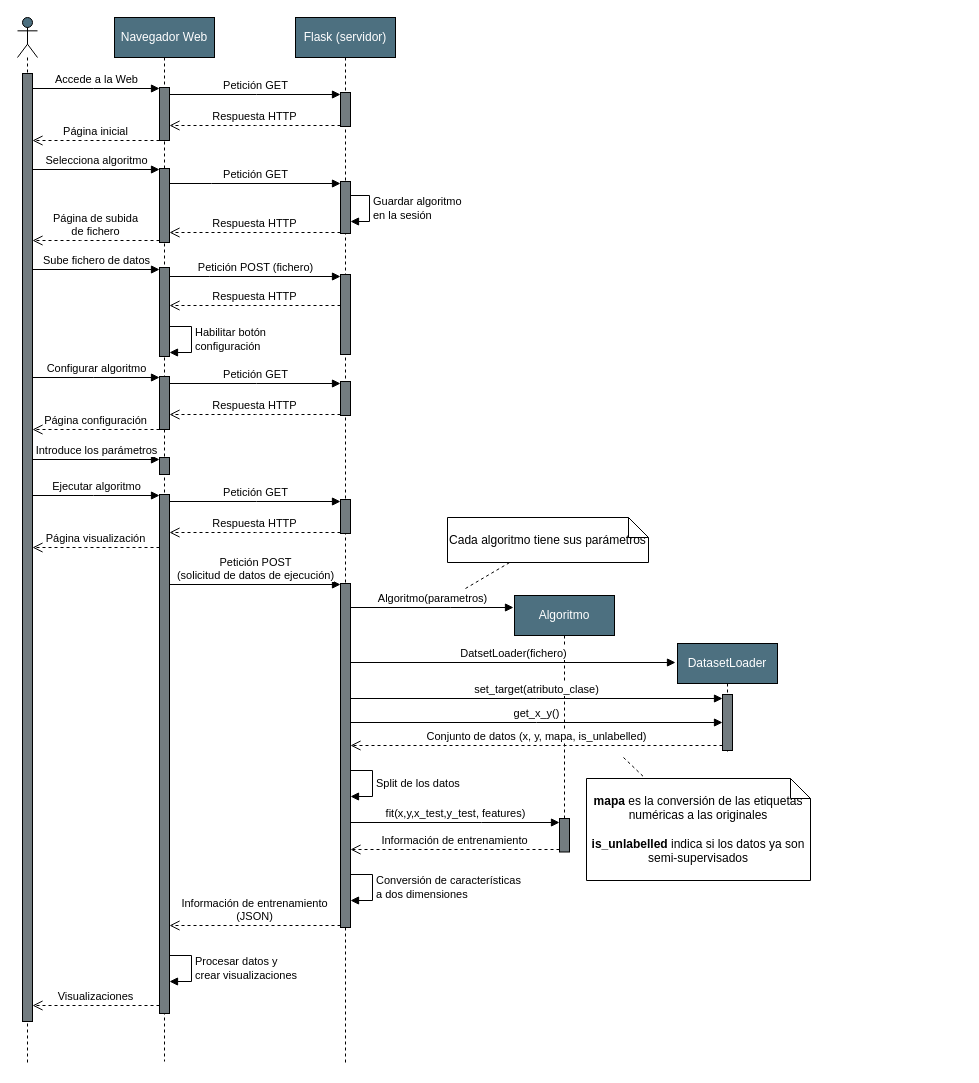
The draw.io diagram doc/img/anexos/diseño/ProcedimientoWeb.drawio in dmacha27/TFG-SemiSupervisado, before the edit. Source tidied: cells renumbered, new cells numbered last; positions are measured from the earlier drawing's top-left corner, leaving out a move shared by most shapes. Both pictures are drawn from the tidied source at 100%, with x=0, y=0 at pixel (17, 17).
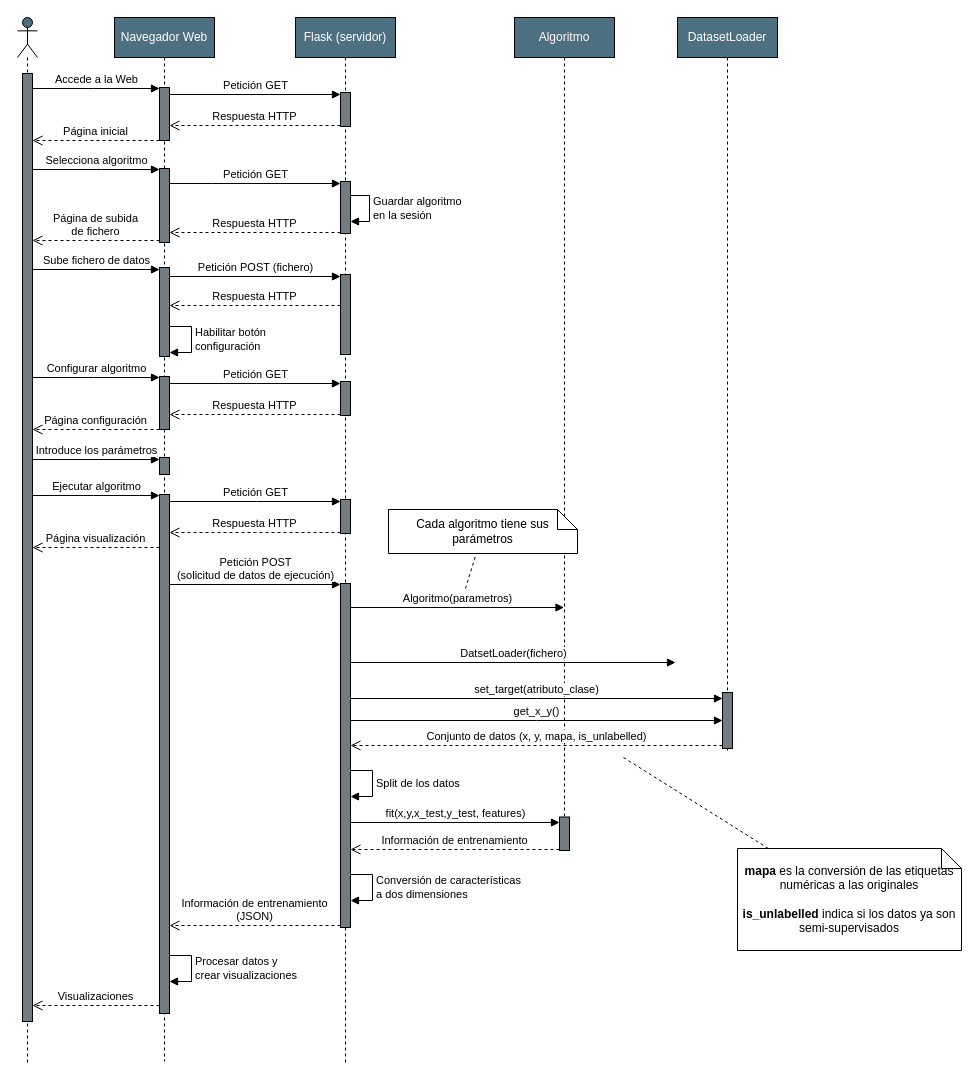
The same diagram, later.

The change refers to these unchanged cells:
```xml
<mxCell id="28" style="html=1;points=[];perimeter=orthogonalPerimeter;outlineConnect=0;targetShapes=umlLifeline;portConstraint=eastwest;newEdgeStyle={&quot;edgeStyle&quot;:&quot;elbowEdgeStyle&quot;,&quot;elbow&quot;:&quot;vertical&quot;,&quot;curved&quot;:0,&quot;rounded&quot;:0};fillColor=#737C80;" parent="9" vertex="1">
  <mxGeometry x="45" y="566" width="10" height="344" as="geometry" />
</mxCell>
```

Change to the diagram source:
```diff
@@
     <mxCell id="34" value="&lt;div&gt;Algoritmo&lt;/div&gt;" style="shape=umlLifeline;perimeter=lifelinePerimeter;whiteSpace=wrap;html=1;outlineConnect=0;fillColor=#4D7080;fontColor=#FFFFFF;" parent="1" vertex="1">
-      <mxGeometry x="497" y="578" width="100" height="256" as="geometry" />
+      <mxGeometry x="497" width="100" height="833" as="geometry" />
     </mxCell>
     <mxCell id="35" style="html=1;points=[];perimeter=orthogonalPerimeter;outlineConnect=0;targetShapes=umlLifeline;portConstraint=eastwest;newEdgeStyle={&quot;edgeStyle&quot;:&quot;elbowEdgeStyle&quot;,&quot;elbow&quot;:&quot;vertical&quot;,&quot;curved&quot;:0,&quot;rounded&quot;:0};fillColor=#737C80;" parent="34" vertex="1">
-      <mxGeometry x="45" y="223" width="10" height="33.5" as="geometry" />
+      <mxGeometry x="45" y="799.5" width="10" height="33.5" as="geometry" />
     </mxCell>
@@
-    <mxCell id="47" value="Algoritmo(parametros)" style="html=1;verticalAlign=bottom;endArrow=block;edgeStyle=elbowEdgeStyle;elbow=vertical;curved=0;rounded=0;" parent="1" edge="1" source="28">
+    <mxCell id="47" value="Algoritmo(parametros)" style="html=1;verticalAlign=bottom;endArrow=block;edgeStyle=elbowEdgeStyle;elbow=vertical;curved=0;rounded=0;" parent="1" edge="1" source="28" target="34">
       <mxGeometry relative="1" as="geometry">
-        <mxPoint x="496" y="590" as="targetPoint" />
         <Array as="points">
           <mxPoint x="433" y="590" />
         </Array>
       </mxGeometry>
     </mxCell>
     <mxCell id="48" value="&lt;div&gt;Cada algoritmo tiene sus parámetros&lt;br&gt;&lt;/div&gt;" style="shape=note;size=20;whiteSpace=wrap;html=1;" parent="1" vertex="1">
-      <mxGeometry x="430" y="500" width="201" height="45" as="geometry" />
+      <mxGeometry x="371" y="492" width="189" height="44" as="geometry" />
     </mxCell>
@@
     <mxCell id="53" value="DatasetLoader" style="shape=umlLifeline;perimeter=lifelinePerimeter;whiteSpace=wrap;html=1;newEdgeStyle={&quot;edgeStyle&quot;:&quot;elbowEdgeStyle&quot;,&quot;elbow&quot;:&quot;vertical&quot;,&quot;curved&quot;:0,&quot;rounded&quot;:0};fontColor=#FFFFFF;fillColor=#4D7080;" parent="1" vertex="1">
-      <mxGeometry x="660" y="626" width="100" height="108" as="geometry" />
+      <mxGeometry x="660" width="100" height="735" as="geometry" />
     </mxCell>
     <mxCell id="54" style="html=1;points=[];perimeter=orthogonalPerimeter;outlineConnect=0;targetShapes=umlLifeline;portConstraint=eastwest;newEdgeStyle={&quot;edgeStyle&quot;:&quot;elbowEdgeStyle&quot;,&quot;elbow&quot;:&quot;vertical&quot;,&quot;curved&quot;:0,&quot;rounded&quot;:0};fillColor=#737C80;" parent="53" vertex="1">
-      <mxGeometry x="45" y="51" width="10" height="56" as="geometry" />
+      <mxGeometry x="45" y="675" width="10" height="56" as="geometry" />
     </mxCell>
@@
     <mxCell id="59" value="&lt;div&gt;&lt;b&gt;mapa &lt;/b&gt;es la conversión de las etiquetas numéricas a las originales&lt;/div&gt;&lt;div&gt;&lt;br&gt;&lt;/div&gt;&lt;div&gt;&lt;b&gt;is_unlabelled &lt;/b&gt;indica si los datos ya son semi-supervisados&lt;br&gt;&lt;/div&gt;" style="shape=note;size=20;whiteSpace=wrap;html=1;" parent="1" vertex="1">
-      <mxGeometry x="569" y="761" width="224" height="102" as="geometry" />
+      <mxGeometry x="720" y="831" width="224" height="102" as="geometry" />
     </mxCell>
```
